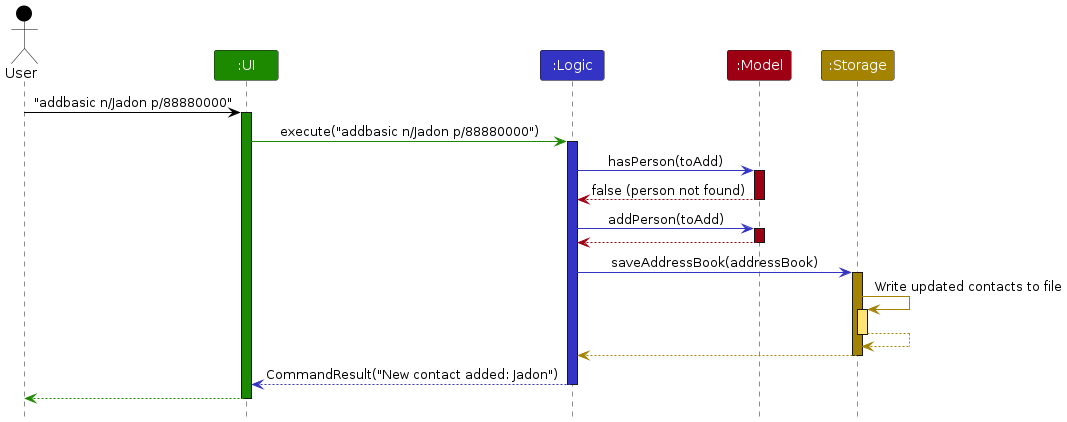
Above: diagrams/AddCommandBasicDiagram.png in joelchongg/tp (PlantUML), before the change. Its source is kept beside it as diagrams/AddCommandBasicDiagram.puml.
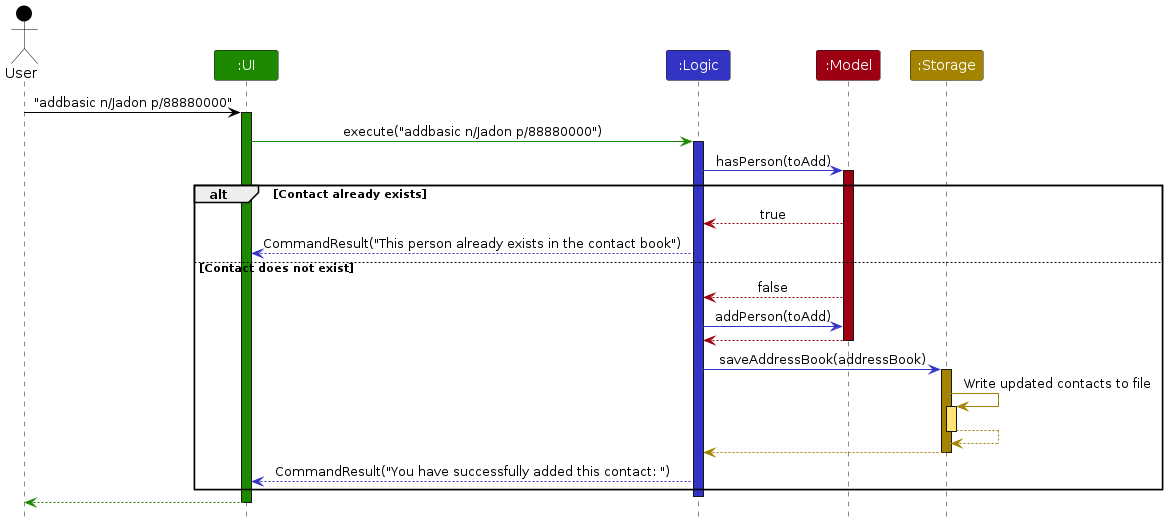
Above is the later version.

What changed in the source:
```diff
@@ -15,27 +15,29 @@
 activate logic LOGIC_COLOR
 
 logic -[LOGIC_COLOR]> model : hasPerson(toAdd)
+alt Contact already exists
 activate model MODEL_COLOR
-model --[MODEL_COLOR]> logic : false (person not found)
-deactivate model
+model --[MODEL_COLOR]> logic : true
+    logic --[LOGIC_COLOR]> ui : CommandResult("This person already exists in the contact book")
+else Contact does not exist
+    model --[MODEL_COLOR]> logic : false
+    logic -[LOGIC_COLOR]> model : addPerson(toAdd)
+    model --[MODEL_COLOR]> logic
+    deactivate model
 
-logic -[LOGIC_COLOR]> model : addPerson(toAdd)
-activate model MODEL_COLOR
-model --[MODEL_COLOR]> logic
-deactivate model
+    logic -[LOGIC_COLOR]> storage : saveAddressBook(addressBook)
+    activate storage STORAGE_COLOR
+    storage -[STORAGE_COLOR]> storage : Write updated contacts to file
+    activate storage STORAGE_COLOR_T1
+    storage --[STORAGE_COLOR]> storage
+    deactivate storage
+    storage --[STORAGE_COLOR]> logic
+    deactivate storage
 
-logic -[LOGIC_COLOR]> storage : saveAddressBook(addressBook)
-activate storage STORAGE_COLOR
-storage -[STORAGE_COLOR]> storage : Write updated contacts to file
-activate storage STORAGE_COLOR_T1
-storage --[STORAGE_COLOR]> storage
-deactivate storage
-storage --[STORAGE_COLOR]> logic
-deactivate storage
+    logic --[LOGIC_COLOR]> ui : CommandResult("You have successfully added this contact: ")
+end
 
-logic --[LOGIC_COLOR]> ui : CommandResult("New contact added: Jadon")
 deactivate logic
-
 ui --[UI_COLOR]> user
 deactivate ui
 @enduml
```
